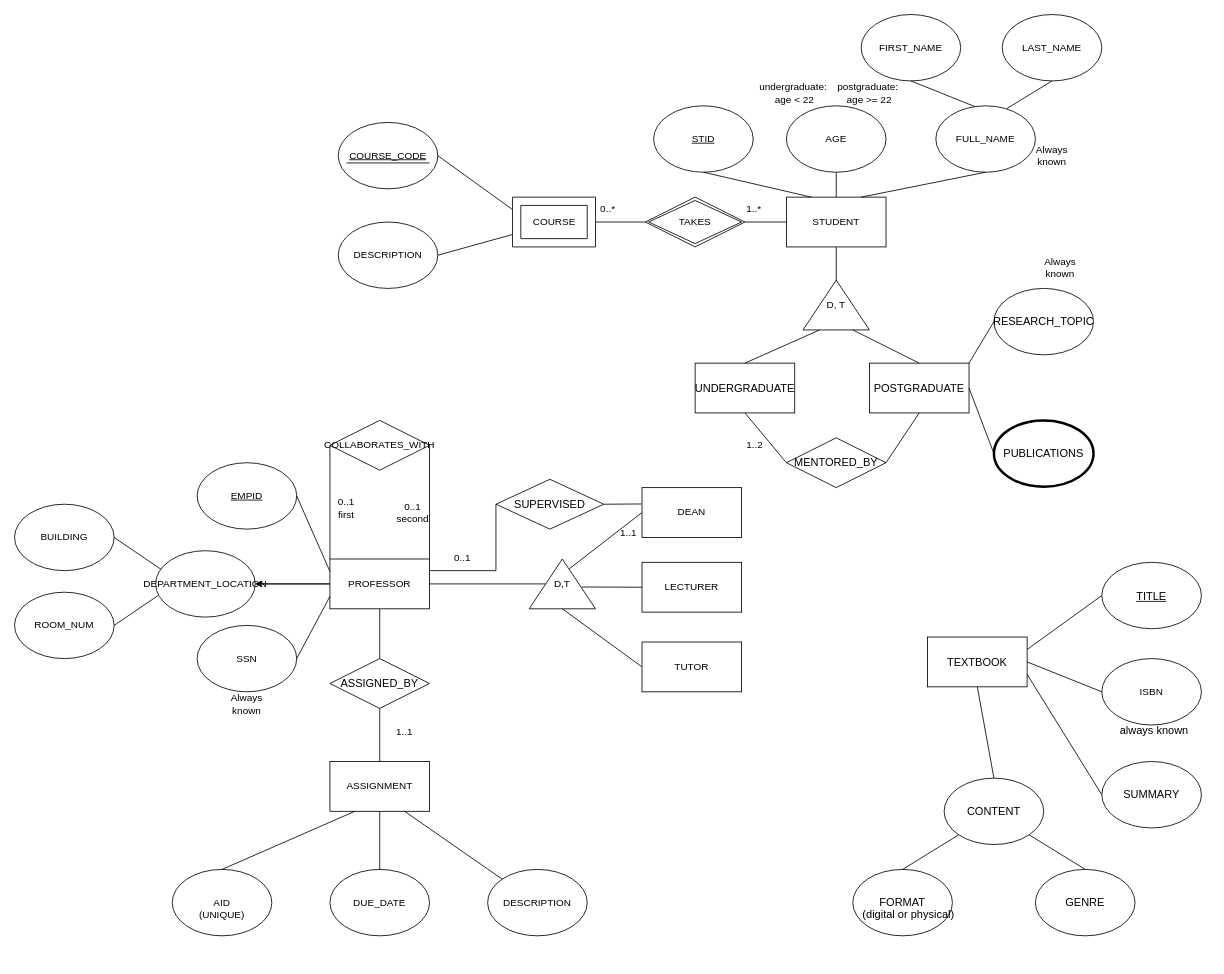
Above: DM-HW1_Janis & Cuihuan.drawio in us-ja/Data_Management (draw.io), before the change. Source tidied: cells renumbered, new cells numbered last; positions are measured from the earlier drawing's top-left corner, leaving out a move shared by most shapes. Both pictures are drawn from the tidied source at 83%, with x=0, y=0 at pixel (14, 14).
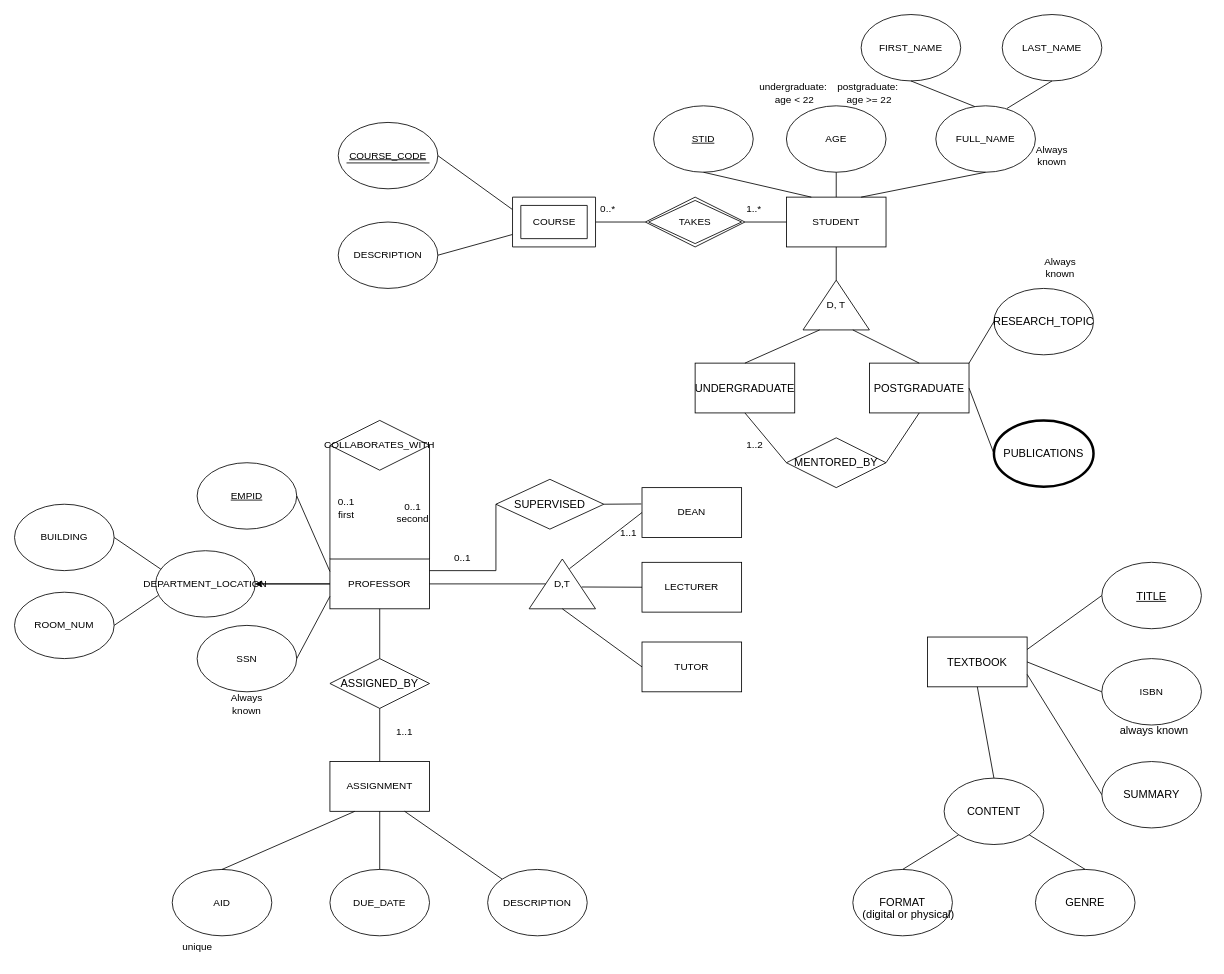
The same diagram, later.

Diff of the diagram source:
```diff
@@
-    <mxCell id="41" value="(UNIQUE)" style="text;html=1;align=center;verticalAlign=middle;whiteSpace=wrap;rounded=0;" parent="1" vertex="1">
-      <mxGeometry x="220" y="1070" width="60" height="30" as="geometry" />
-    </mxCell>
@@
+    <mxCell id="102" value="unique" style="text;html=1;align=center;verticalAlign=middle;strokeColor=none;fillColor=none;" parent="1" vertex="1">
+      <mxGeometry x="190" y="1108" width="60" height="30" as="geometry" />
+    </mxCell>
```
